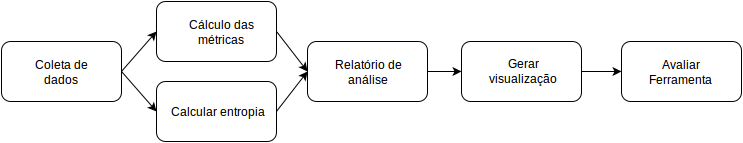
Above: fluxogramaTCC.png in TiagoUmemura/TCC-UTFPR (draw.io), before the change. Source tidied: cells renumbered, new cells last; positions are measured from the earlier drawing's top-left corner, leaving out a move shared by most shapes.
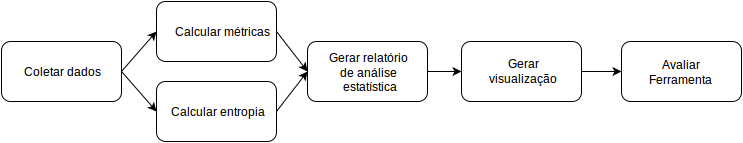
After the change.

Change to the diagram source:
```diff
@@ -1,4 +1,4 @@
-<mxGraphModel background="#ffffff">
+<mxGraphModel>
   <root>
     <mxCell id="0" />
     <mxCell id="1" parent="0" />
@@ -8,10 +8,10 @@
     <mxCell id="3" style="rounded=1;whiteSpace=wrap;html=1;shadow=0;glass=0;" parent="1" vertex="1">
       <mxGeometry x="155" width="120" height="60" as="geometry" />
     </mxCell>
-    <mxCell id="4" value="Coleta de dados&lt;br&gt;" style="text;html=1;strokeColor=none;fillColor=none;align=center;verticalAlign=middle;whiteSpace=wrap;rounded=1;shadow=0;glass=0;" parent="1" vertex="1">
+    <mxCell id="4" value="Coletar dados&lt;br&gt;" style="text;html=1;strokeColor=none;fillColor=none;align=center;verticalAlign=middle;whiteSpace=wrap;rounded=1;shadow=0;glass=0;" parent="1" vertex="1">
       <mxGeometry x="20" y="50" width="80" height="40" as="geometry" />
     </mxCell>
-    <mxCell id="5" value="Cálculo das métricas&lt;br&gt;" style="text;html=1;strokeColor=none;fillColor=none;align=center;verticalAlign=middle;whiteSpace=wrap;rounded=1;shadow=0;glass=0;" parent="1" vertex="1">
+    <mxCell id="5" value="Calcular métricas&lt;br&gt;" style="text;html=1;strokeColor=none;fillColor=none;align=center;verticalAlign=middle;whiteSpace=wrap;rounded=1;shadow=0;glass=0;" parent="1" vertex="1">
       <mxGeometry x="165" y="5" width="110" height="50" as="geometry" />
     </mxCell>
     <mxCell id="6" style="rounded=1;whiteSpace=wrap;html=1;shadow=0;glass=0;" parent="1" vertex="1">
@@ -23,7 +23,7 @@
     <mxCell id="8" style="rounded=1;whiteSpace=wrap;html=1;shadow=0;glass=0;" parent="1" vertex="1">
       <mxGeometry x="306" y="40" width="120" height="60" as="geometry" />
     </mxCell>
-    <mxCell id="9" value="Relatório de análise&lt;br&gt;" style="text;html=1;strokeColor=none;fillColor=none;align=center;verticalAlign=middle;whiteSpace=wrap;rounded=1;shadow=0;glass=0;" parent="1" vertex="1">
+    <mxCell id="9" value="Gerar relatório de análise&lt;br&gt;&amp;nbsp;estatística" style="text;html=1;strokeColor=none;fillColor=none;align=center;verticalAlign=middle;whiteSpace=wrap;rounded=1;shadow=0;glass=0;" parent="1" vertex="1">
       <mxGeometry x="320" y="50" width="95" height="40" as="geometry" />
     </mxCell>
     <mxCell id="10" style="rounded=1;whiteSpace=wrap;html=1;shadow=0;glass=0;" parent="1" vertex="1">
```
